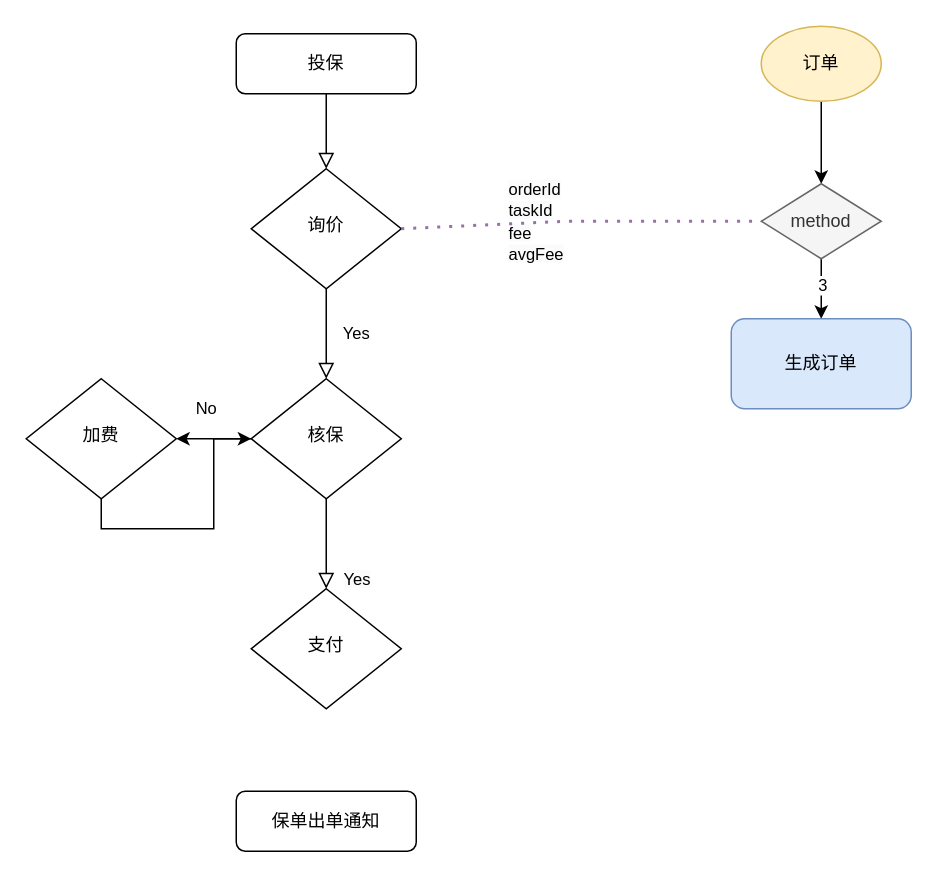
Before: insur/WTS.drawio in zhanghaiyang1/draw, a draw.io diagram. Source tidied: cells renumbered, new cells numbered last; positions are measured from the earlier drawing's top-left corner, leaving out a move shared by most shapes. Both pictures are drawn from the tidied source at 150%, with x=0, y=0 at pixel (26, 26).
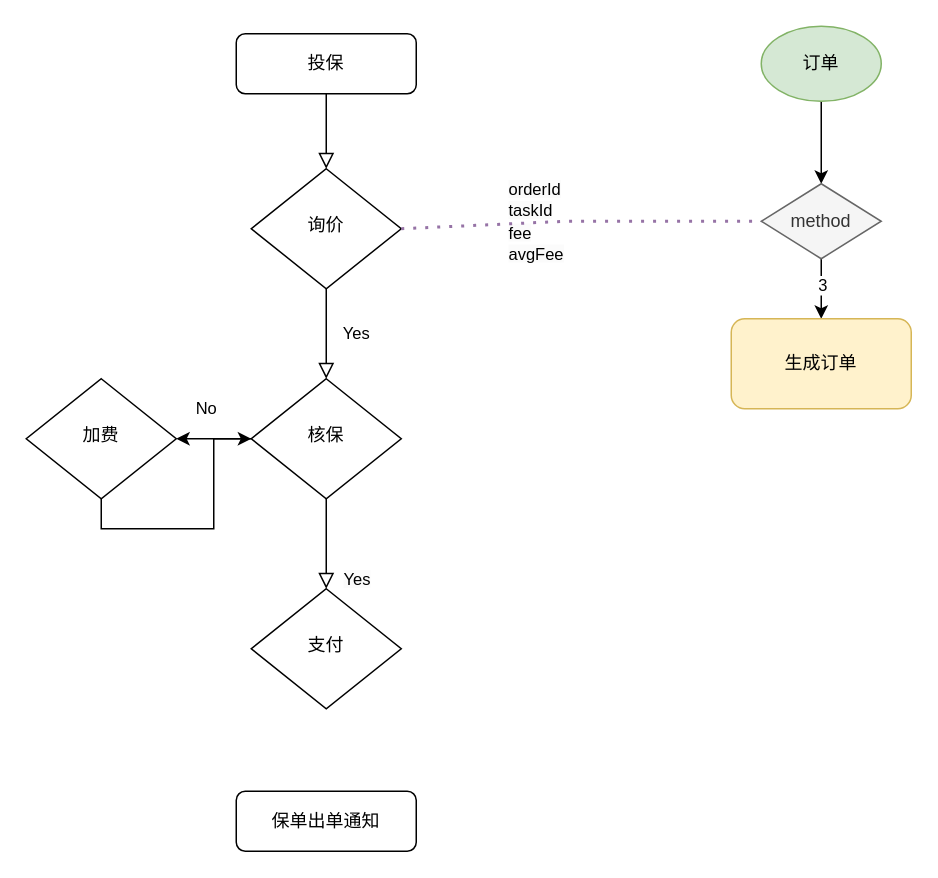
The same page after the edit.

The edit, as a diff of the source:
```diff
@@
-    <mxCell id="16" value="订单" style="ellipse;whiteSpace=wrap;html=1;fillColor=#fff2cc;strokeColor=#d6b656;" parent="1" vertex="1">
+    <mxCell id="16" value="订单" style="ellipse;whiteSpace=wrap;html=1;fillColor=#d5e8d4;strokeColor=#82b366;" parent="1" vertex="1">
       <mxGeometry x="490" width="80" height="50" as="geometry" />
     </mxCell>
@@
-    <mxCell id="20" value="生成订单" style="rounded=1;whiteSpace=wrap;html=1;fillColor=#dae8fc;strokeColor=#6c8ebf;" parent="1" vertex="1">
+    <mxCell id="20" value="生成订单" style="rounded=1;whiteSpace=wrap;html=1;fillColor=#fff2cc;strokeColor=#d6b656;" parent="1" vertex="1">
       <mxGeometry x="470" y="195" width="120" height="60" as="geometry" />
     </mxCell>
```
